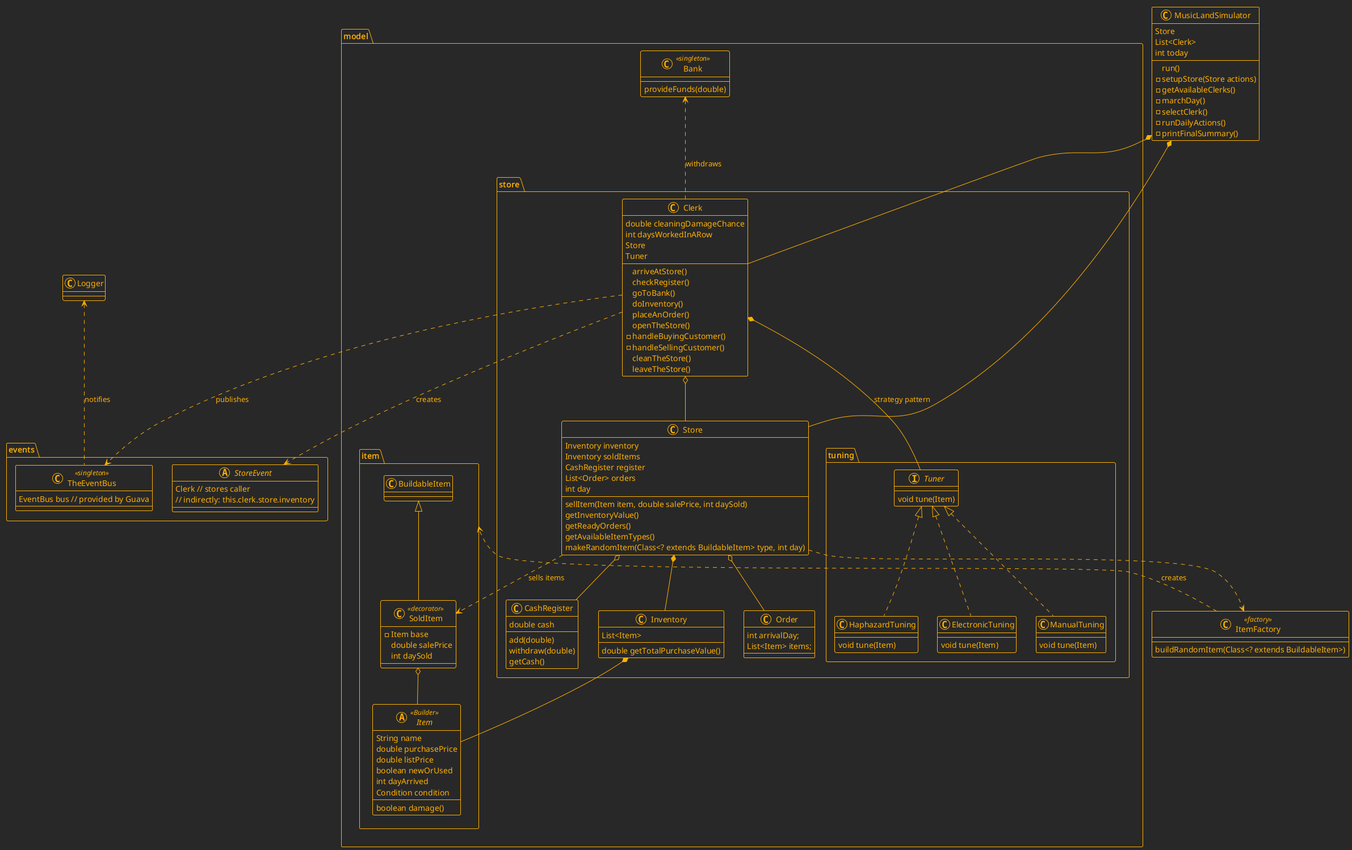
simondoesstuff/ooad-2025 keeps this PlantUML diagram as src/main/java/ooad/project3/assets/overallDesignUML.png. Above is the earlier version.
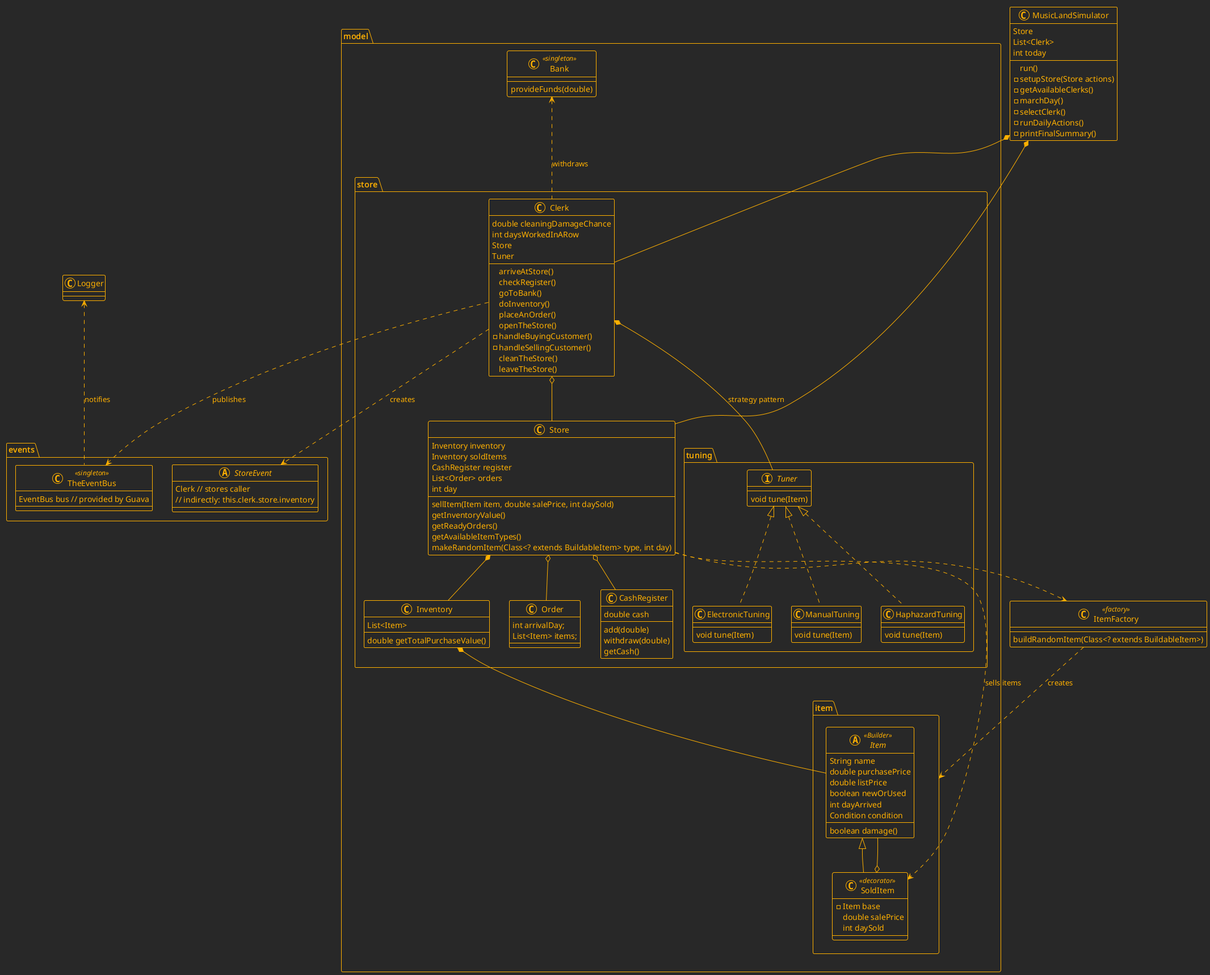
The same file after the commit.

The edit, as a diff of the source:
```diff
@@ -23,7 +23,7 @@
     }
 
 
-    class SoldItem <<decorator>> extends BuildableItem {
+    class SoldItem <<decorator>> extends Item {
       - Item base
       double salePrice
       int daySold
```
